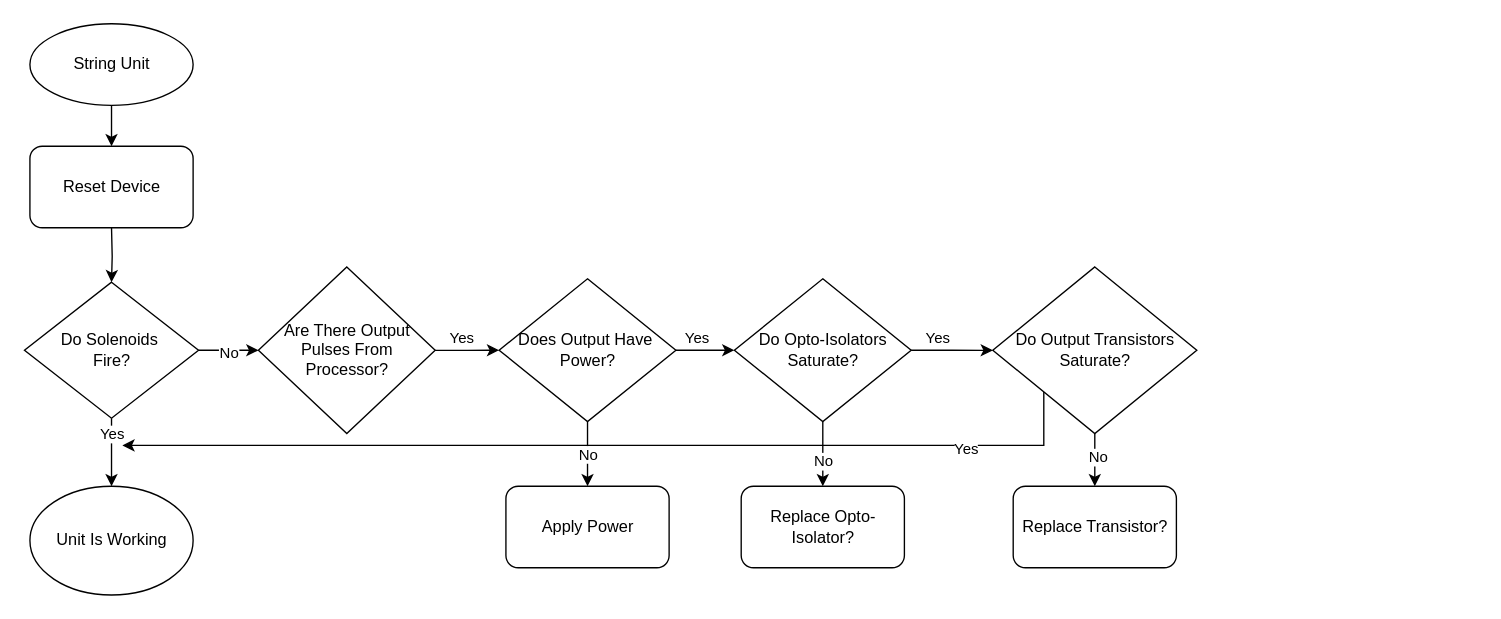
This is Flowcharts/String Unit Flowchart.drawio from Masaharu41/Midi-Bass-Guitar, a draw.io file, before an edit. Source tidied: cells renumbered, new cells numbered last; positions are measured from the earlier drawing's top-left corner, leaving out a move shared by most shapes. Both pictures are drawn from the tidied source at 136%, with x=0, y=0 at pixel (24, 23).
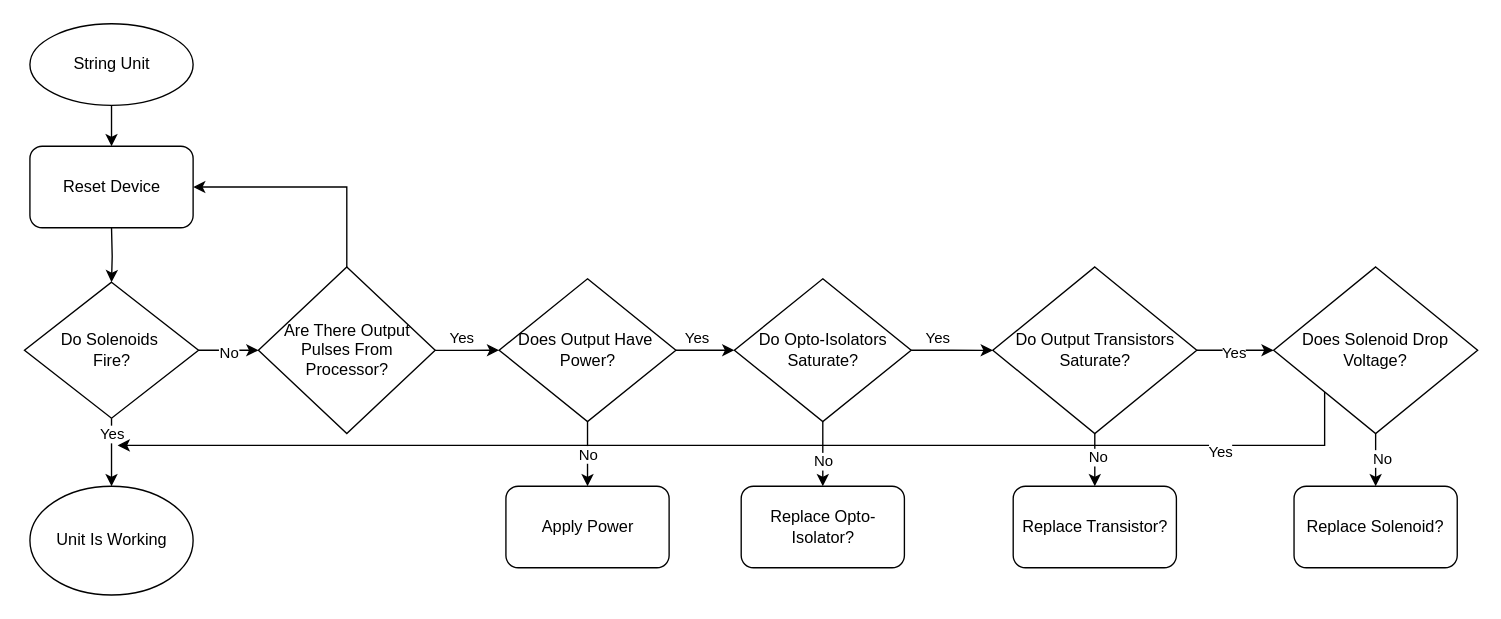
The same page after the edit.

Unchanged cells that the change refers to:
```xml
<mxCell id="4" value="Reset Device" style="rounded=1;whiteSpace=wrap;html=1;" parent="1" vertex="1">
  <mxGeometry x="3.5" y="90" width="120" height="60" as="geometry" />
</mxCell>
<mxCell id="13" value="Are There Output&lt;div&gt;Pulses From Processor?&lt;/div&gt;" style="rhombus;whiteSpace=wrap;html=1;" parent="1" vertex="1">
  <mxGeometry x="171.5" y="178.8" width="130" height="122.5" as="geometry" />
</mxCell>
<mxCell id="30" value="Do Output Transistors&lt;div&gt;Saturate?&lt;/div&gt;" style="rhombus;whiteSpace=wrap;html=1;" parent="1" vertex="1">
  <mxGeometry x="711.5" y="178.8" width="150" height="122.5" as="geometry" />
</mxCell>
```

The edit, as a diff of the source:
```diff
@@
+    <mxCell id="33" style="edgeStyle=orthogonalEdgeStyle;rounded=0;jettySize=auto;html=1;entryX=1;entryY=0.5;entryDx=0;entryDy=0;exitX=0.5;exitY=0;exitDx=0;exitDy=0;" parent="1" edge="1" source="13" target="4">
+      <mxGeometry relative="1" as="geometry" />
+    </mxCell>
@@
-    <mxCell id="28" style="edgeStyle=orthogonalEdgeStyle;rounded=0;jettySize=auto;html=1;exitX=0;exitY=1;exitDx=0;exitDy=0;" parent="1" edge="1" source="30">
-      <mxGeometry relative="1" as="geometry">
-        <mxPoint x="71.5" y="310" as="targetPoint" />
-        <Array as="points">
-          <mxPoint x="749.5" y="310" />
-        </Array>
-      </mxGeometry>
-    </mxCell>
-    <mxCell id="29" value="Yes" style="edgeLabel;html=1;align=center;verticalAlign=middle;" parent="28" vertex="1">
-      <mxGeometry x="-0.73" y="2" relative="1" as="geometry" />
-    </mxCell>
+    <mxCell id="34" style="edgeStyle=orthogonalEdgeStyle;rounded=0;jettySize=auto;html=1;" parent="1" edge="1" source="30" target="39">
+      <mxGeometry relative="1" as="geometry" />
+    </mxCell>
+    <mxCell id="35" value="Yes" style="edgeLabel;html=1;align=center;verticalAlign=middle;" parent="34" vertex="1">
+      <mxGeometry x="-0.03" y="-1" relative="1" as="geometry" />
+    </mxCell>
@@
+    <mxCell id="36" style="edgeStyle=orthogonalEdgeStyle;rounded=0;jettySize=auto;html=1;" parent="1" edge="1" source="39" target="41">
+      <mxGeometry relative="1" as="geometry" />
+    </mxCell>
+    <mxCell id="37" style="edgeStyle=orthogonalEdgeStyle;rounded=0;jettySize=auto;html=1;exitX=0;exitY=1;exitDx=0;exitDy=0;" parent="1" edge="1" source="39">
+      <mxGeometry relative="1" as="geometry">
+        <mxPoint x="68" y="310" as="targetPoint" />
+        <Array as="points">
+          <mxPoint x="956" y="310" />
+          <mxPoint x="68" y="310" />
+        </Array>
+      </mxGeometry>
+    </mxCell>
+    <mxCell id="38" value="Yes" style="edgeLabel;html=1;align=center;verticalAlign=middle;" parent="37" vertex="1">
+      <mxGeometry x="-0.75" y="4" relative="1" as="geometry" />
+    </mxCell>
+    <mxCell id="39" value="Does Solenoid Drop&lt;div&gt;Voltage?&lt;/div&gt;" style="rhombus;whiteSpace=wrap;html=1;" parent="1" vertex="1">
+      <mxGeometry x="918" y="178.8" width="150" height="122.5" as="geometry" />
+    </mxCell>
+    <mxCell id="40" value="No" style="edgeLabel;html=1;align=center;verticalAlign=middle;" parent="1" vertex="1">
+      <mxGeometry x="995" y="318.2" as="geometry">
+        <mxPoint x="2" y="1" as="offset" />
+      </mxGeometry>
+    </mxCell>
+    <mxCell id="41" value="Replace Solenoid&lt;span style=&quot;background-color: initial;&quot;&gt;?&lt;/span&gt;" style="rounded=1;whiteSpace=wrap;html=1;" parent="1" vertex="1">
+      <mxGeometry x="933" y="340" width="120" height="60" as="geometry" />
+    </mxCell>
```
